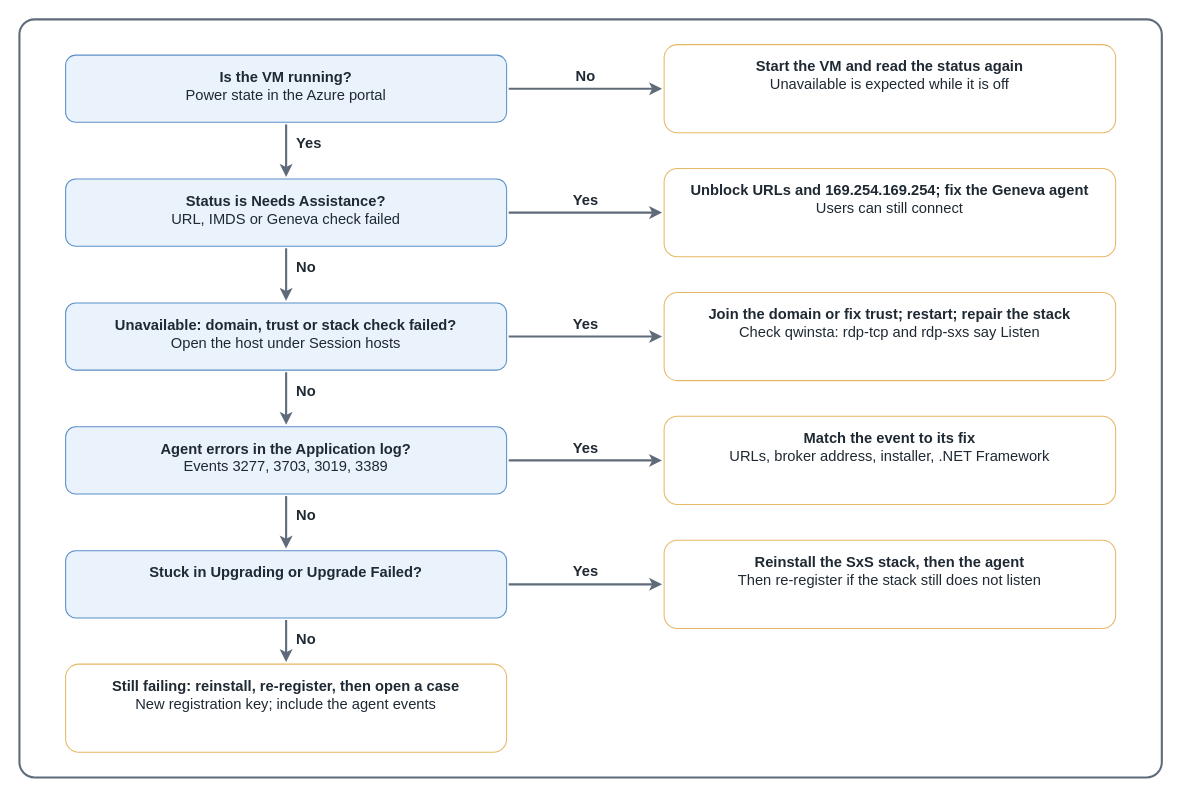
Earlier version of the draw.io diagram src/img/avd/troubleshoot-session-host-unavailable-health-checks.drawio (AddySidd27/cloud-ai-notes). Source tidied: cells renumbered, new cells numbered last; positions are measured from the earlier drawing's top-left corner, leaving out a move shared by most shapes. Both pictures are drawn from the tidied source at 105%, with x=0, y=0 at pixel (19, 19).
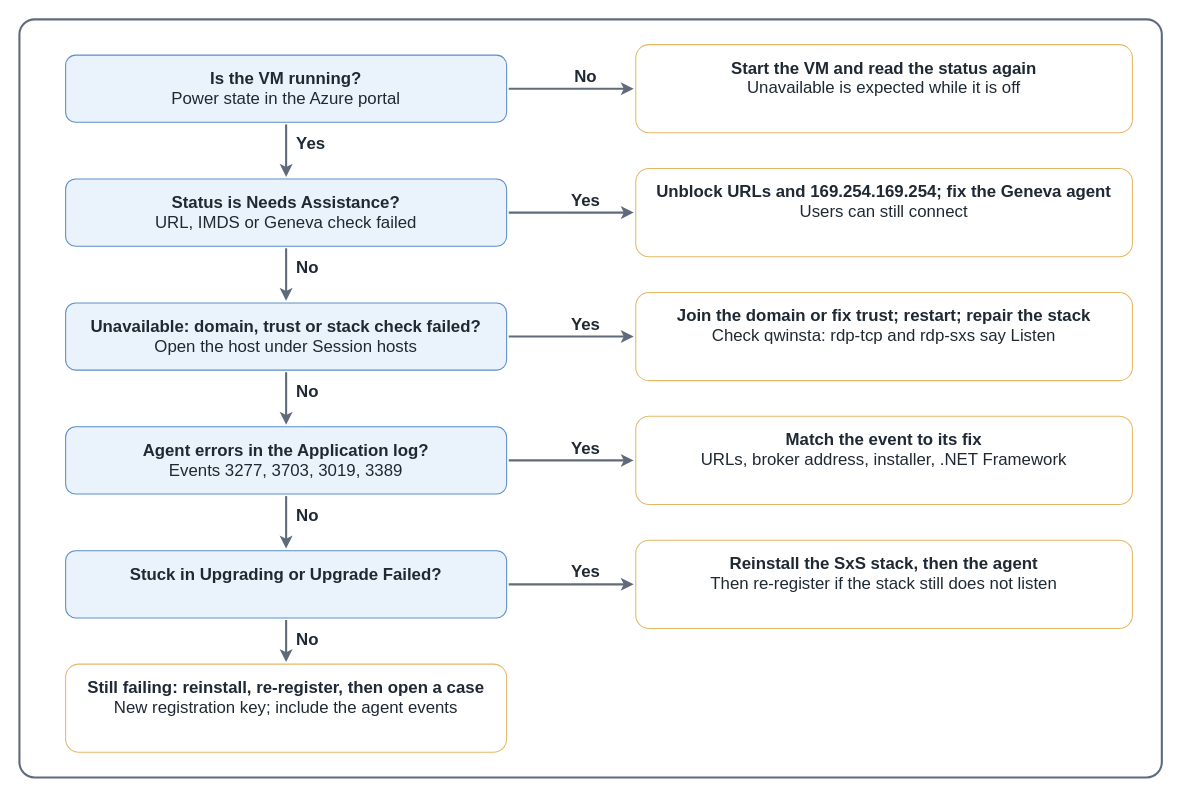
The same diagram, later.

Diff of the diagram source:
```diff
@@
-    <mxCell id="3" value="&lt;b&gt;Is the VM running?&lt;/b&gt;&lt;br&gt;Power state in the Azure portal" style="rounded=1;whiteSpace=wrap;html=1;fillColor=#eaf2fb;strokeColor=#5b8fc9;fontSize=14;fontColor=#1f2933;verticalAlign=top;spacingTop=6;" parent="1" vertex="1">
+    <mxCell id="3" value="&lt;b&gt;Is the VM running?&lt;/b&gt;&lt;br&gt;Power state in the Azure portal" style="rounded=1;whiteSpace=wrap;html=1;fillColor=#eaf2fb;strokeColor=#5b8fc9;fontSize=16;fontColor=#1f2933;verticalAlign=top;spacingTop=6;" parent="1" vertex="1">
       <mxGeometry x="44" y="34" width="420" height="64" as="geometry" />
     </mxCell>
-    <mxCell id="4" value="&lt;b&gt;Start the VM and read the status again&lt;/b&gt;&lt;br&gt;Unavailable is expected while it is off" style="rounded=1;whiteSpace=wrap;html=1;fillColor=#ffffff;strokeColor=#e6b866;fontSize=14;fontColor=#1f2933;verticalAlign=top;spacingTop=6;" parent="1" vertex="1">
-      <mxGeometry x="614" y="24" width="430" height="84" as="geometry" />
+    <mxCell id="4" value="&lt;b&gt;Start the VM and read the status again&lt;/b&gt;&lt;br&gt;Unavailable is expected while it is off" style="rounded=1;whiteSpace=wrap;html=1;fillColor=#ffffff;strokeColor=#e6b866;fontSize=16;fontColor=#1f2933;verticalAlign=top;spacingTop=6;" parent="1" vertex="1">
+      <mxGeometry x="587" y="24" width="473" height="84" as="geometry" />
     </mxCell>
     <mxCell id="5" style="edgeStyle=none;html=1;endArrow=classic;strokeColor=#5f6b7a;strokeWidth=2;" parent="1" edge="1">
       <mxGeometry relative="1" as="geometry">
         <mxPoint x="466" y="66" as="sourcePoint" />
-        <mxPoint x="612" y="66" as="targetPoint" />
+        <mxPoint x="585" y="66" as="targetPoint" />
       </mxGeometry>
     </mxCell>
-    <mxCell id="6" value="&lt;b&gt;No&lt;/b&gt;" style="text;html=1;align=center;verticalAlign=middle;fontSize=14;fontColor=#1f2933;" parent="1" vertex="1">
+    <mxCell id="6" value="&lt;b&gt;No&lt;/b&gt;" style="text;html=1;align=center;verticalAlign=middle;fontSize=16;fontColor=#1f2933;" parent="1" vertex="1">
       <mxGeometry x="468" y="42" width="142" height="24" as="geometry" />
     </mxCell>
@@
-    <mxCell id="8" value="&lt;b&gt;Yes&lt;/b&gt;" style="text;html=1;align=left;verticalAlign=middle;fontSize=14;fontColor=#1f2933;" parent="1" vertex="1">
+    <mxCell id="8" value="&lt;b&gt;Yes&lt;/b&gt;" style="text;html=1;align=left;verticalAlign=middle;fontSize=16;fontColor=#1f2933;" parent="1" vertex="1">
       <mxGeometry x="262" y="106" width="50" height="24" as="geometry" />
     </mxCell>
-    <mxCell id="9" value="&lt;b&gt;Status is Needs Assistance?&lt;/b&gt;&lt;br&gt;URL, IMDS or Geneva check failed" style="rounded=1;whiteSpace=wrap;html=1;fillColor=#eaf2fb;strokeColor=#5b8fc9;fontSize=14;fontColor=#1f2933;verticalAlign=top;spacingTop=6;" parent="1" vertex="1">
+    <mxCell id="9" value="&lt;b&gt;Status is Needs Assistance?&lt;/b&gt;&lt;br&gt;URL, IMDS or Geneva check failed" style="rounded=1;whiteSpace=wrap;html=1;fillColor=#eaf2fb;strokeColor=#5b8fc9;fontSize=16;fontColor=#1f2933;verticalAlign=top;spacingTop=6;" parent="1" vertex="1">
       <mxGeometry x="44" y="152" width="420" height="64" as="geometry" />
     </mxCell>
-    <mxCell id="10" value="&lt;b&gt;Unblock URLs and 169.254.169.254; fix the Geneva agent&lt;/b&gt;&lt;br&gt;Users can still connect" style="rounded=1;whiteSpace=wrap;html=1;fillColor=#ffffff;strokeColor=#e6b866;fontSize=14;fontColor=#1f2933;verticalAlign=top;spacingTop=6;" parent="1" vertex="1">
-      <mxGeometry x="614" y="142" width="430" height="84" as="geometry" />
+    <mxCell id="10" value="&lt;b&gt;Unblock URLs and 169.254.169.254; fix the Geneva agent&lt;/b&gt;&lt;br&gt;Users can still connect" style="rounded=1;whiteSpace=wrap;html=1;fillColor=#ffffff;strokeColor=#e6b866;fontSize=16;fontColor=#1f2933;verticalAlign=top;spacingTop=6;" parent="1" vertex="1">
+      <mxGeometry x="587" y="142" width="473" height="84" as="geometry" />
     </mxCell>
     <mxCell id="11" style="edgeStyle=none;html=1;endArrow=classic;strokeColor=#5f6b7a;strokeWidth=2;" parent="1" edge="1">
       <mxGeometry relative="1" as="geometry">
         <mxPoint x="466" y="184" as="sourcePoint" />
-        <mxPoint x="612" y="184" as="targetPoint" />
+        <mxPoint x="585" y="184" as="targetPoint" />
       </mxGeometry>
     </mxCell>
-    <mxCell id="12" value="&lt;b&gt;Yes&lt;/b&gt;" style="text;html=1;align=center;verticalAlign=middle;fontSize=14;fontColor=#1f2933;" parent="1" vertex="1">
+    <mxCell id="12" value="&lt;b&gt;Yes&lt;/b&gt;" style="text;html=1;align=center;verticalAlign=middle;fontSize=16;fontColor=#1f2933;" parent="1" vertex="1">
       <mxGeometry x="468" y="160" width="142" height="24" as="geometry" />
     </mxCell>
@@
-    <mxCell id="14" value="&lt;b&gt;No&lt;/b&gt;" style="text;html=1;align=left;verticalAlign=middle;fontSize=14;fontColor=#1f2933;" parent="1" vertex="1">
+    <mxCell id="14" value="&lt;b&gt;No&lt;/b&gt;" style="text;html=1;align=left;verticalAlign=middle;fontSize=16;fontColor=#1f2933;" parent="1" vertex="1">
       <mxGeometry x="262" y="224" width="50" height="24" as="geometry" />
     </mxCell>
-    <mxCell id="15" value="&lt;b&gt;Unavailable: domain, trust or stack check failed?&lt;/b&gt;&lt;br&gt;Open the host under Session hosts" style="rounded=1;whiteSpace=wrap;html=1;fillColor=#eaf2fb;strokeColor=#5b8fc9;fontSize=14;fontColor=#1f2933;verticalAlign=top;spacingTop=6;" parent="1" vertex="1">
+    <mxCell id="15" value="&lt;b&gt;Unavailable: domain, trust or stack check failed?&lt;/b&gt;&lt;br&gt;Open the host under Session hosts" style="rounded=1;whiteSpace=wrap;html=1;fillColor=#eaf2fb;strokeColor=#5b8fc9;fontSize=16;fontColor=#1f2933;verticalAlign=top;spacingTop=6;" parent="1" vertex="1">
       <mxGeometry x="44" y="270" width="420" height="64" as="geometry" />
     </mxCell>
-    <mxCell id="16" value="&lt;b&gt;Join the domain or fix trust; restart; repair the stack&lt;/b&gt;&lt;br&gt;Check qwinsta: rdp-tcp and rdp-sxs say Listen" style="rounded=1;whiteSpace=wrap;html=1;fillColor=#ffffff;strokeColor=#e6b866;fontSize=14;fontColor=#1f2933;verticalAlign=top;spacingTop=6;" parent="1" vertex="1">
-      <mxGeometry x="614" y="260" width="430" height="84" as="geometry" />
+    <mxCell id="16" value="&lt;b&gt;Join the domain or fix trust; restart; repair the stack&lt;/b&gt;&lt;br&gt;Check qwinsta: rdp-tcp and rdp-sxs say Listen" style="rounded=1;whiteSpace=wrap;html=1;fillColor=#ffffff;strokeColor=#e6b866;fontSize=16;fontColor=#1f2933;verticalAlign=top;spacingTop=6;" parent="1" vertex="1">
+      <mxGeometry x="587" y="260" width="473" height="84" as="geometry" />
     </mxCell>
     <mxCell id="17" style="edgeStyle=none;html=1;endArrow=classic;strokeColor=#5f6b7a;strokeWidth=2;" parent="1" edge="1">
       <mxGeometry relative="1" as="geometry">
         <mxPoint x="466" y="302" as="sourcePoint" />
-        <mxPoint x="612" y="302" as="targetPoint" />
+        <mxPoint x="585" y="302" as="targetPoint" />
       </mxGeometry>
     </mxCell>
-    <mxCell id="18" value="&lt;b&gt;Yes&lt;/b&gt;" style="text;html=1;align=center;verticalAlign=middle;fontSize=14;fontColor=#1f2933;" parent="1" vertex="1">
+    <mxCell id="18" value="&lt;b&gt;Yes&lt;/b&gt;" style="text;html=1;align=center;verticalAlign=middle;fontSize=16;fontColor=#1f2933;" parent="1" vertex="1">
       <mxGeometry x="468" y="278" width="142" height="24" as="geometry" />
     </mxCell>
@@
-    <mxCell id="20" value="&lt;b&gt;No&lt;/b&gt;" style="text;html=1;align=left;verticalAlign=middle;fontSize=14;fontColor=#1f2933;" parent="1" vertex="1">
+    <mxCell id="20" value="&lt;b&gt;No&lt;/b&gt;" style="text;html=1;align=left;verticalAlign=middle;fontSize=16;fontColor=#1f2933;" parent="1" vertex="1">
       <mxGeometry x="262" y="342" width="50" height="24" as="geometry" />
     </mxCell>
-    <mxCell id="21" value="&lt;b&gt;Agent errors in the Application log?&lt;/b&gt;&lt;br&gt;Events 3277, 3703, 3019, 3389" style="rounded=1;whiteSpace=wrap;html=1;fillColor=#eaf2fb;strokeColor=#5b8fc9;fontSize=14;fontColor=#1f2933;verticalAlign=top;spacingTop=6;" parent="1" vertex="1">
+    <mxCell id="21" value="&lt;b&gt;Agent errors in the Application log?&lt;/b&gt;&lt;br&gt;Events 3277, 3703, 3019, 3389" style="rounded=1;whiteSpace=wrap;html=1;fillColor=#eaf2fb;strokeColor=#5b8fc9;fontSize=16;fontColor=#1f2933;verticalAlign=top;spacingTop=6;" parent="1" vertex="1">
       <mxGeometry x="44" y="388" width="420" height="64" as="geometry" />
     </mxCell>
-    <mxCell id="22" value="&lt;b&gt;Match the event to its fix&lt;/b&gt;&lt;br&gt;URLs, broker address, installer, .NET Framework" style="rounded=1;whiteSpace=wrap;html=1;fillColor=#ffffff;strokeColor=#e6b866;fontSize=14;fontColor=#1f2933;verticalAlign=top;spacingTop=6;" parent="1" vertex="1">
-      <mxGeometry x="614" y="378" width="430" height="84" as="geometry" />
+    <mxCell id="22" value="&lt;b&gt;Match the event to its fix&lt;/b&gt;&lt;br&gt;URLs, broker address, installer, .NET Framework" style="rounded=1;whiteSpace=wrap;html=1;fillColor=#ffffff;strokeColor=#e6b866;fontSize=16;fontColor=#1f2933;verticalAlign=top;spacingTop=6;" parent="1" vertex="1">
+      <mxGeometry x="587" y="378" width="473" height="84" as="geometry" />
     </mxCell>
     <mxCell id="23" style="edgeStyle=none;html=1;endArrow=classic;strokeColor=#5f6b7a;strokeWidth=2;" parent="1" edge="1">
       <mxGeometry relative="1" as="geometry">
         <mxPoint x="466" y="420" as="sourcePoint" />
-        <mxPoint x="612" y="420" as="targetPoint" />
+        <mxPoint x="585" y="420" as="targetPoint" />
       </mxGeometry>
     </mxCell>
-    <mxCell id="24" value="&lt;b&gt;Yes&lt;/b&gt;" style="text;html=1;align=center;verticalAlign=middle;fontSize=14;fontColor=#1f2933;" parent="1" vertex="1">
+    <mxCell id="24" value="&lt;b&gt;Yes&lt;/b&gt;" style="text;html=1;align=center;verticalAlign=middle;fontSize=16;fontColor=#1f2933;" parent="1" vertex="1">
       <mxGeometry x="468" y="396" width="142" height="24" as="geometry" />
     </mxCell>
@@
-    <mxCell id="26" value="&lt;b&gt;No&lt;/b&gt;" style="text;html=1;align=left;verticalAlign=middle;fontSize=14;fontColor=#1f2933;" parent="1" vertex="1">
+    <mxCell id="26" value="&lt;b&gt;No&lt;/b&gt;" style="text;html=1;align=left;verticalAlign=middle;fontSize=16;fontColor=#1f2933;" parent="1" vertex="1">
       <mxGeometry x="262" y="460" width="50" height="24" as="geometry" />
     </mxCell>
-    <mxCell id="27" value="&lt;b&gt;Stuck in Upgrading or Upgrade Failed?&lt;/b&gt;&lt;br&gt;" style="rounded=1;whiteSpace=wrap;html=1;fillColor=#eaf2fb;strokeColor=#5b8fc9;fontSize=14;fontColor=#1f2933;verticalAlign=top;spacingTop=6;" parent="1" vertex="1">
+    <mxCell id="27" value="&lt;b&gt;Stuck in Upgrading or Upgrade Failed?&lt;/b&gt;&lt;br&gt;" style="rounded=1;whiteSpace=wrap;html=1;fillColor=#eaf2fb;strokeColor=#5b8fc9;fontSize=16;fontColor=#1f2933;verticalAlign=top;spacingTop=6;" parent="1" vertex="1">
       <mxGeometry x="44" y="506" width="420" height="64" as="geometry" />
     </mxCell>
-    <mxCell id="28" value="&lt;b&gt;Reinstall the SxS stack, then the agent&lt;/b&gt;&lt;br&gt;Then re-register if the stack still does not listen" style="rounded=1;whiteSpace=wrap;html=1;fillColor=#ffffff;strokeColor=#e6b866;fontSize=14;fontColor=#1f2933;verticalAlign=top;spacingTop=6;" parent="1" vertex="1">
-      <mxGeometry x="614" y="496" width="430" height="84" as="geometry" />
+    <mxCell id="28" value="&lt;b&gt;Reinstall the SxS stack, then the agent&lt;/b&gt;&lt;br&gt;Then re-register if the stack still does not listen" style="rounded=1;whiteSpace=wrap;html=1;fillColor=#ffffff;strokeColor=#e6b866;fontSize=16;fontColor=#1f2933;verticalAlign=top;spacingTop=6;" parent="1" vertex="1">
+      <mxGeometry x="587" y="496" width="473" height="84" as="geometry" />
     </mxCell>
     <mxCell id="29" style="edgeStyle=none;html=1;endArrow=classic;strokeColor=#5f6b7a;strokeWidth=2;" parent="1" edge="1">
       <mxGeometry relative="1" as="geometry">
         <mxPoint x="466" y="538" as="sourcePoint" />
-        <mxPoint x="612" y="538" as="targetPoint" />
+        <mxPoint x="585" y="538" as="targetPoint" />
       </mxGeometry>
     </mxCell>
-    <mxCell id="30" value="&lt;b&gt;Yes&lt;/b&gt;" style="text;html=1;align=center;verticalAlign=middle;fontSize=14;fontColor=#1f2933;" parent="1" vertex="1">
+    <mxCell id="30" value="&lt;b&gt;Yes&lt;/b&gt;" style="text;html=1;align=center;verticalAlign=middle;fontSize=16;fontColor=#1f2933;" parent="1" vertex="1">
       <mxGeometry x="468" y="514" width="142" height="24" as="geometry" />
     </mxCell>
@@
-    <mxCell id="32" value="&lt;b&gt;No&lt;/b&gt;" style="text;html=1;align=left;verticalAlign=middle;fontSize=14;fontColor=#1f2933;" parent="1" vertex="1">
+    <mxCell id="32" value="&lt;b&gt;No&lt;/b&gt;" style="text;html=1;align=left;verticalAlign=middle;fontSize=16;fontColor=#1f2933;" parent="1" vertex="1">
       <mxGeometry x="262" y="578" width="50" height="24" as="geometry" />
     </mxCell>
-    <mxCell id="33" value="&lt;b&gt;Still failing: reinstall, re-register, then open a case&lt;/b&gt;&lt;br&gt;New registration key; include the agent events" style="rounded=1;whiteSpace=wrap;html=1;fillColor=#ffffff;strokeColor=#e6b866;fontSize=14;fontColor=#1f2933;verticalAlign=top;spacingTop=6;" parent="1" vertex="1">
+    <mxCell id="33" value="&lt;b&gt;Still failing: reinstall, re-register, then open a case&lt;/b&gt;&lt;br&gt;New registration key; include the agent events" style="rounded=1;whiteSpace=wrap;html=1;fillColor=#ffffff;strokeColor=#e6b866;fontSize=16;fontColor=#1f2933;verticalAlign=top;spacingTop=6;" parent="1" vertex="1">
       <mxGeometry x="44" y="614" width="420" height="84" as="geometry" />
     </mxCell>
```
